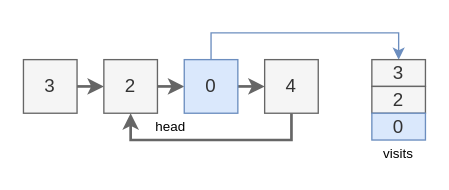
Earlier version of the draw.io diagram page "1_1" (1 of 5) of docs/problems101_200/linked-list-cycle.drawio (hanggrian/grind-leetcode). Source tidied: cells renumbered, new cells numbered last; positions are measured from the earlier drawing's top-left corner, leaving out a move shared by most shapes. Both pictures are drawn from the tidied source at 134%, with x=0, y=0 at pixel (23, 32).
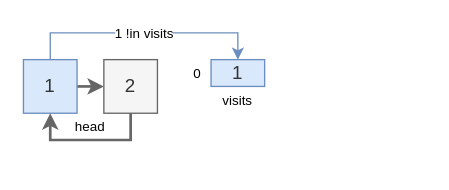
The same diagram, later.

What changed in the source:
```diff
@@
 <mxGraphModel>
   <root>
     <mxCell id="0" />
     <mxCell id="1" parent="0" />
     <mxCell id="2" style="edgeStyle=orthogonalEdgeStyle;rounded=0;jettySize=auto;html=1;exitX=1;exitY=0.5;exitDx=0;exitDy=0;entryX=0;entryY=0.5;entryDx=0;entryDy=0;fillColor=#f5f5f5;strokeColor=#666666;strokeWidth=2;" parent="1" edge="1" source="4" target="6">
       <mxGeometry relative="1" as="geometry" />
     </mxCell>
-    <mxCell id="3" style="edgeStyle=orthogonalEdgeStyle;rounded=0;jettySize=auto;html=1;exitX=0.5;exitY=0;exitDx=0;exitDy=0;entryX=0.5;entryY=0;entryDx=0;entryDy=0;fillColor=#dae8fc;strokeColor=#6c8ebf;" parent="1" edge="1" source="8" target="12">
+    <mxCell id="3" value="&lt;font style=&quot;font-size: 10px;&quot;&gt;1 !in visits&lt;/font&gt;" style="edgeStyle=orthogonalEdgeStyle;rounded=0;jettySize=auto;html=1;exitX=0.5;exitY=0;exitDx=0;exitDy=0;entryX=0.5;entryY=0;entryDx=0;entryDy=0;fillColor=#dae8fc;strokeColor=#6c8ebf;" parent="1" edge="1" source="4" target="12">
       <mxGeometry relative="1" as="geometry">
         <Array as="points">
-          <mxPoint x="140" />
-          <mxPoint x="280" />
+          <mxPoint x="20" />
+          <mxPoint x="160" />
         </Array>
       </mxGeometry>
     </mxCell>
-    <mxCell id="4" value="3" style="text;html=1;align=center;verticalAlign=middle;whiteSpace=wrap;rounded=0;fillColor=#f5f5f5;strokeColor=#666666;fontSize=14;fontColor=#333333;" parent="1" vertex="1">
+    <mxCell id="4" value="1" style="text;html=1;align=center;verticalAlign=middle;whiteSpace=wrap;rounded=0;fillColor=#dae8fc;strokeColor=#6c8ebf;fontSize=14;fontColor=#333333;" parent="1" vertex="1">
       <mxGeometry y="20" width="40" height="40" as="geometry" />
     </mxCell>
-    <mxCell id="5" style="edgeStyle=orthogonalEdgeStyle;rounded=0;jettySize=auto;html=1;exitX=1;exitY=0.5;exitDx=0;exitDy=0;entryX=0;entryY=0.5;entryDx=0;entryDy=0;fillColor=#f5f5f5;strokeColor=#666666;strokeWidth=2;" parent="1" edge="1" source="6" target="8">
-      <mxGeometry relative="1" as="geometry" />
-    </mxCell>
     <mxCell id="6" value="2" style="text;html=1;align=center;verticalAlign=middle;whiteSpace=wrap;rounded=0;fillColor=#f5f5f5;strokeColor=#666666;fontSize=14;fontColor=#333333;" parent="1" vertex="1">
       <mxGeometry x="60" y="20" width="40" height="40" as="geometry" />
     </mxCell>
-    <mxCell id="7" style="edgeStyle=orthogonalEdgeStyle;rounded=0;jettySize=auto;html=1;exitX=1;exitY=0.5;exitDx=0;exitDy=0;entryX=0;entryY=0.5;entryDx=0;entryDy=0;fillColor=#f5f5f5;strokeColor=#666666;strokeWidth=2;" parent="1" edge="1" source="8" target="10">
-      <mxGeometry relative="1" as="geometry" />
-    </mxCell>
-    <mxCell id="8" value="0" style="text;html=1;align=center;verticalAlign=middle;whiteSpace=wrap;rounded=0;fillColor=#dae8fc;strokeColor=#6c8ebf;fontSize=14;fontColor=#333333;" parent="1" vertex="1">
-      <mxGeometry x="120" y="20" width="40" height="40" as="geometry" />
-    </mxCell>
-    <mxCell id="9" style="edgeStyle=orthogonalEdgeStyle;rounded=0;jettySize=auto;html=1;exitX=0.5;exitY=1;exitDx=0;exitDy=0;entryX=0.5;entryY=1;entryDx=0;entryDy=0;strokeWidth=2;fillColor=#f5f5f5;strokeColor=#666666;" parent="1" edge="1" source="10" target="6">
+    <mxCell id="9" style="edgeStyle=orthogonalEdgeStyle;rounded=0;jettySize=auto;html=1;exitX=0.5;exitY=1;exitDx=0;exitDy=0;entryX=0.5;entryY=1;entryDx=0;entryDy=0;strokeWidth=2;fillColor=#f5f5f5;strokeColor=#666666;" parent="1" edge="1" source="6" target="4">
       <mxGeometry relative="1" as="geometry" />
     </mxCell>
-    <mxCell id="10" value="4" style="text;html=1;align=center;verticalAlign=middle;whiteSpace=wrap;rounded=0;fillColor=#f5f5f5;strokeColor=#666666;fontSize=14;fontColor=#333333;" parent="1" vertex="1">
-      <mxGeometry x="180" y="20" width="40" height="40" as="geometry" />
-    </mxCell>
     <mxCell id="11" value="head" style="text;html=1;align=center;verticalAlign=middle;whiteSpace=wrap;rounded=0;fontSize=10;" parent="1" vertex="1">
-      <mxGeometry y="60" width="220" height="20" as="geometry" />
+      <mxGeometry y="60" width="100" height="20" as="geometry" />
     </mxCell>
-    <mxCell id="12" value="3" style="text;html=1;align=center;verticalAlign=middle;whiteSpace=wrap;rounded=0;fillColor=#f5f5f5;strokeColor=#666666;fontSize=14;fontColor=#333333;" parent="1" vertex="1">
-      <mxGeometry x="260" y="20" width="40" height="20" as="geometry" />
+    <mxCell id="12" value="1" style="text;html=1;align=center;verticalAlign=middle;whiteSpace=wrap;rounded=0;fillColor=#dae8fc;strokeColor=#6c8ebf;fontSize=14;fontColor=#333333;" parent="1" vertex="1">
+      <mxGeometry x="140" y="20" width="40" height="20" as="geometry" />
     </mxCell>
-    <mxCell id="13" value="2" style="text;html=1;align=center;verticalAlign=middle;whiteSpace=wrap;rounded=0;fillColor=#f5f5f5;strokeColor=#666666;fontSize=14;fontColor=#333333;" parent="1" vertex="1">
-      <mxGeometry x="260" y="40" width="40" height="20" as="geometry" />
-    </mxCell>
-    <mxCell id="14" value="0" style="text;html=1;align=center;verticalAlign=middle;whiteSpace=wrap;rounded=0;fillColor=#dae8fc;strokeColor=#6c8ebf;fontSize=14;fontColor=#333333;" parent="1" vertex="1">
-      <mxGeometry x="260" y="60" width="40" height="20" as="geometry" />
-    </mxCell>
     <mxCell id="15" value="visits" style="text;html=1;align=center;verticalAlign=middle;whiteSpace=wrap;rounded=0;fontSize=10;" parent="1" vertex="1">
-      <mxGeometry x="260" y="80" width="40" height="20" as="geometry" />
+      <mxGeometry x="140" y="40" width="40" height="20" as="geometry" />
     </mxCell>
+    <mxCell id="16" value="0" style="text;html=1;align=center;verticalAlign=middle;whiteSpace=wrap;rounded=0;fontSize=10;" parent="1" vertex="1">
+      <mxGeometry x="120" y="20" width="20" height="20" as="geometry" />
+    </mxCell>
   </root>
 </mxGraphModel>
```
